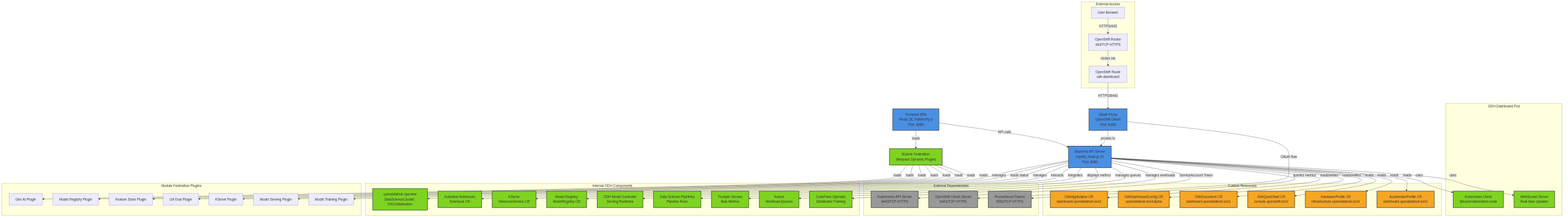
This is architecture/rhoai-2.25/diagrams/odh-dashboard-component.png from rhuss/architecture-context, a Mermaid export, as it was before one commit. Its source is kept beside it as architecture/rhoai-2.25/diagrams/odh-dashboard-component.mmd. The source it was exported from:
```mermaid
graph TB
    subgraph "ODH Dashboard Pod"
        Frontend[Frontend SPA<br/>React 18, PatternFly 6<br/>Port: 8080]
        Backend[Backend API Server<br/>Fastify, Node.js 20<br/>Port: 8080]
        OAuthProxy[OAuth Proxy<br/>OpenShift OAuth<br/>Port: 8443]
        ModuleFed[Module Federation<br/>Webpack Dynamic Plugins]
        K8sClient[Kubernetes Client<br/>@kubernetes/client-node]
        WebSocketServer[WebSocket Server<br/>Real-time Updates]

        OAuthProxy -->|proxies to| Backend
        Frontend -->|API calls| Backend
        Backend -->|uses| K8sClient
        Backend -->|uses| WebSocketServer
        Frontend -->|loads| ModuleFed
    end

    subgraph "Custom Resources"
        OdhApplication[OdhApplication CR<br/>dashboard.opendatahub.io/v1]
        OdhDashboardConfig[OdhDashboardConfig CR<br/>opendatahub.io/v1alpha]
        OdhDocument[OdhDocument CR<br/>dashboard.opendatahub.io/v1]
        OdhQuickStart[OdhQuickStart CR<br/>console.openshift.io/v1]
        HardwareProfile[HardwareProfile CR<br/>infrastructure.opendatahub.io/v1]
        AcceleratorProfile[AcceleratorProfile CR<br/>dashboard.opendatahub.io/v1]
    end

    subgraph "External Access"
        User[User Browser]
        OSRouter[OpenShift Router<br/>443/TCP HTTPS]
        OSRoute[OpenShift Route<br/>odh-dashboard]
    end

    subgraph "External Dependencies"
        K8sAPI[Kubernetes API Server<br/>6443/TCP HTTPS]
        OSAuth[OpenShift OAuth Server<br/>6443/TCP HTTPS]
        Prometheus[Prometheus/Thanos<br/>9092/TCP HTTPS]
    end

    subgraph "Internal ODH Components"
        ODHOperator[opendatahub-operator<br/>DataScienceCluster, DSCInitialization]
        KubeflowNotebooks[Kubeflow Notebooks<br/>Notebook CR]
        KServe[KServe<br/>InferenceService CR]
        ModelRegistry[Model Registry<br/>ModelRegistry CR]
        ODHModelController[ODH Model Controller<br/>Serving Runtimes]
        DSPipelines[Data Science Pipelines<br/>Pipeline Runs]
        TrustyAI[TrustyAI Service<br/>Bias Metrics]
        Kueue[Kueue<br/>Workload Queues]
        CodeFlare[CodeFlare Operator<br/>Distributed Training]
    end

    subgraph "Module Federation Plugins"
        GenAI[Gen AI Plugin]
        ModelRegPlugin[Model Registry Plugin]
        FeatureStore[Feature Store Plugin]
        LMEval[LM Eval Plugin]
        KServePlugin[KServe Plugin]
        ModelServing[Model Serving Plugin]
        ModelTraining[Model Training Plugin]
    end

    User -->|HTTPS/443| OSRouter
    OSRouter -->|routes via| OSRoute
    OSRoute -->|HTTPS/8443| OAuthProxy

    OAuthProxy -->|OAuth flow| OSAuth

    Backend -->|ServiceAccount Token| K8sAPI
    Backend -->|queries metrics| Prometheus

    Backend -->|reads/writes| OdhApplication
    Backend -->|reads/writes| OdhDashboardConfig
    Backend -->|reads| OdhDocument
    Backend -->|reads| OdhQuickStart
    Backend -->|reads| HardwareProfile
    Backend -->|reads| AcceleratorProfile

    Backend -->|reads| ODHOperator
    Backend -->|manages| KubeflowNotebooks
    Backend -->|reads status| KServe
    Backend -->|manages| ModelRegistry
    Backend -->|interacts| ODHModelController
    Backend -->|integrates| DSPipelines
    Backend -->|displays metrics| TrustyAI
    Backend -->|manages queues| Kueue
    Backend -->|manages workloads| CodeFlare

    ModuleFed -->|loads| GenAI
    ModuleFed -->|loads| ModelRegPlugin
    ModuleFed -->|loads| FeatureStore
    ModuleFed -->|loads| LMEval
    ModuleFed -->|loads| KServePlugin
    ModuleFed -->|loads| ModelServing
    ModuleFed -->|loads| ModelTraining

    style Frontend fill:#4a90e2,stroke:#333,stroke-width:2px
    style Backend fill:#4a90e2,stroke:#333,stroke-width:2px
    style OAuthProxy fill:#4a90e2,stroke:#333,stroke-width:2px
    style ModuleFed fill:#7ed321,stroke:#333,stroke-width:2px
    style K8sClient fill:#7ed321,stroke:#333,stroke-width:2px
    style WebSocketServer fill:#7ed321,stroke:#333,stroke-width:2px

    style OdhApplication fill:#f5a623,stroke:#333,stroke-width:2px
    style OdhDashboardConfig fill:#f5a623,stroke:#333,stroke-width:2px
    style OdhDocument fill:#f5a623,stroke:#333,stroke-width:2px
    style OdhQuickStart fill:#f5a623,stroke:#333,stroke-width:2px
    style HardwareProfile fill:#f5a623,stroke:#333,stroke-width:2px
    style AcceleratorProfile fill:#f5a623,stroke:#333,stroke-width:2px

    style K8sAPI fill:#999,stroke:#333,stroke-width:2px
    style OSAuth fill:#999,stroke:#333,stroke-width:2px
    style Prometheus fill:#999,stroke:#333,stroke-width:2px

    style ODHOperator fill:#7ed321,stroke:#333,stroke-width:2px
    style KubeflowNotebooks fill:#7ed321,stroke:#333,stroke-width:2px
    style KServe fill:#7ed321,stroke:#333,stroke-width:2px
    style ModelRegistry fill:#7ed321,stroke:#333,stroke-width:2px
    style ODHModelController fill:#7ed321,stroke:#333,stroke-width:2px
    style DSPipelines fill:#7ed321,stroke:#333,stroke-width:2px
    style TrustyAI fill:#7ed321,stroke:#333,stroke-width:2px
    style Kueue fill:#7ed321,stroke:#333,stroke-width:2px
    style CodeFlare fill:#7ed321,stroke:#333,stroke-width:2px
```
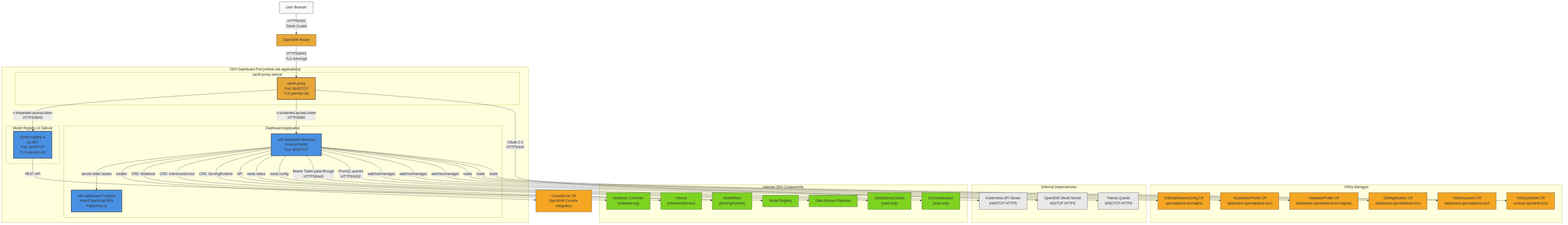
The same file after the commit.

Diff of the diagram source:
```diff
@@ -1,120 +1,95 @@
+
 graph TB
-    subgraph "ODH Dashboard Pod"
-        Frontend[Frontend SPA<br/>React 18, PatternFly 6<br/>Port: 8080]
-        Backend[Backend API Server<br/>Fastify, Node.js 20<br/>Port: 8080]
-        OAuthProxy[OAuth Proxy<br/>OpenShift OAuth<br/>Port: 8443]
-        ModuleFed[Module Federation<br/>Webpack Dynamic Plugins]
-        K8sClient[Kubernetes Client<br/>@kubernetes/client-node]
-        WebSocketServer[WebSocket Server<br/>Real-time Updates]
+    subgraph "ODH Dashboard Pod (redhat-ods-applications)"
+        direction TB
+        subgraph "oauth-proxy sidecar"
+            OAuthProxy["oauth-proxy<br/>Port: 8443/TCP<br/>TLS (service-ca)"]
+        end
 
-        OAuthProxy -->|proxies to| Backend
-        Frontend -->|API calls| Backend
-        Backend -->|uses| K8sClient
-        Backend -->|uses| WebSocketServer
-        Frontend -->|loads| ModuleFed
+        subgraph "Dashboard Application"
+            Backend["odh-dashboard Backend<br/>Node.js/Fastify<br/>Port: 8080/TCP"]
+            Frontend["odh-dashboard Frontend<br/>React/TypeScript SPA<br/>PatternFly UI"]
+        end
+
+        subgraph "Model Registry UI Sidecar"
+            MRBFF["model-registry-ui<br/>Go BFF<br/>Port: 8043/TCP<br/>TLS (service-ca)"]
+        end
+
+        OAuthProxy -->|"x-forwarded-access-token<br/>HTTP/8080"| Backend
+        Backend -->|"serves static assets"| Frontend
+        OAuthProxy -->|"x-forwarded-access-token<br/>HTTPS/8043"| MRBFF
     end
 
-    subgraph "Custom Resources"
-        OdhApplication[OdhApplication CR<br/>dashboard.opendatahub.io/v1]
-        OdhDashboardConfig[OdhDashboardConfig CR<br/>opendatahub.io/v1alpha]
-        OdhDocument[OdhDocument CR<br/>dashboard.opendatahub.io/v1]
-        OdhQuickStart[OdhQuickStart CR<br/>console.openshift.io/v1]
-        HardwareProfile[HardwareProfile CR<br/>infrastructure.opendatahub.io/v1]
-        AcceleratorProfile[AcceleratorProfile CR<br/>dashboard.opendatahub.io/v1]
+    User[User Browser] -->|"HTTPS/443<br/>OAuth Cookie"| Router[OpenShift Router]
+    Router -->|"HTTPS/8443<br/>TLS reencrypt"| OAuthProxy
+
+    subgraph "CRDs Managed"
+        OdhDashboardConfig["OdhDashboardConfig CR<br/>opendatahub.io/v1alpha"]
+        AcceleratorProfile["AcceleratorProfile CR<br/>dashboard.opendatahub.io/v1"]
+        HardwareProfile["HardwareProfile CR<br/>dashboard.opendatahub.io/v1alpha1"]
+        OdhApplication["OdhApplication CR<br/>dashboard.opendatahub.io/v1"]
+        OdhDocument["OdhDocument CR<br/>dashboard.opendatahub.io/v1"]
+        OdhQuickStart["OdhQuickStart CR<br/>console.openshift.io/v1"]
     end
 
-    subgraph "External Access"
-        User[User Browser]
-        OSRouter[OpenShift Router<br/>443/TCP HTTPS]
-        OSRoute[OpenShift Route<br/>odh-dashboard]
+    Backend -->|"watches/manages"| OdhDashboardConfig
+    Backend -->|"watches/manages"| AcceleratorProfile
+    Backend -->|"watches/manages"| HardwareProfile
+    Backend -->|"reads"| OdhApplication
+    Backend -->|"reads"| OdhDocument
+    Backend -->|"reads"| OdhQuickStart
+
+    subgraph "External Dependencies"
+        K8sAPI["Kubernetes API Server<br/>6443/TCP HTTPS"]
+        OAuthServer["OpenShift OAuth Server<br/>443/TCP HTTPS"]
+        Thanos["Thanos Querier<br/>9092/TCP HTTPS"]
     end
 
-    subgraph "External Dependencies"
-        K8sAPI[Kubernetes API Server<br/>6443/TCP HTTPS]
-        OSAuth[OpenShift OAuth Server<br/>6443/TCP HTTPS]
-        Prometheus[Prometheus/Thanos<br/>9092/TCP HTTPS]
+    Backend -->|"Bearer Token pass-through<br/>HTTPS/6443"| K8sAPI
+    OAuthProxy -->|"OAuth 2.0<br/>HTTPS/443"| OAuthServer
+    Backend -->|"PromQL queries<br/>HTTPS/9092"| Thanos
+
+    subgraph "Internal ODH Components"
+        NotebookCtrl["Notebook Controller<br/>(kubeflow.org)"]
+        KServe["KServe<br/>(InferenceService)"]
+        ModelMesh["ModelMesh<br/>(ServingRuntime)"]
+        ModelRegistry["Model Registry"]
+        DSPipelines["Data Science Pipelines"]
+        DSC["DataScienceCluster<br/>(read-only)"]
+        DSCI["DSCInitialization<br/>(read-only)"]
     end
 
-    subgraph "Internal ODH Components"
-        ODHOperator[opendatahub-operator<br/>DataScienceCluster, DSCInitialization]
-        KubeflowNotebooks[Kubeflow Notebooks<br/>Notebook CR]
-        KServe[KServe<br/>InferenceService CR]
-        ModelRegistry[Model Registry<br/>ModelRegistry CR]
-        ODHModelController[ODH Model Controller<br/>Serving Runtimes]
-        DSPipelines[Data Science Pipelines<br/>Pipeline Runs]
-        TrustyAI[TrustyAI Service<br/>Bias Metrics]
-        Kueue[Kueue<br/>Workload Queues]
-        CodeFlare[CodeFlare Operator<br/>Distributed Training]
-    end
+    Backend -->|"CRD: Notebook"| NotebookCtrl
+    Backend -->|"CRD: InferenceService"| KServe
+    Backend -->|"CRD: ServingRuntime"| ModelMesh
+    MRBFF -->|"REST API"| ModelRegistry
+    Backend -->|"API"| DSPipelines
+    Backend -->|"reads status"| DSC
+    Backend -->|"reads config"| DSCI
 
-    subgraph "Module Federation Plugins"
-        GenAI[Gen AI Plugin]
-        ModelRegPlugin[Model Registry Plugin]
-        FeatureStore[Feature Store Plugin]
-        LMEval[LM Eval Plugin]
-        KServePlugin[KServe Plugin]
-        ModelServing[Model Serving Plugin]
-        ModelTraining[Model Training Plugin]
-    end
+    ConsoleLink["ConsoleLink CR<br/>OpenShift Console Integration"]
+    Backend -->|"creates"| ConsoleLink
 
-    User -->|HTTPS/443| OSRouter
-    OSRouter -->|routes via| OSRoute
-    OSRoute -->|HTTPS/8443| OAuthProxy
-
-    OAuthProxy -->|OAuth flow| OSAuth
-
-    Backend -->|ServiceAccount Token| K8sAPI
-    Backend -->|queries metrics| Prometheus
-
-    Backend -->|reads/writes| OdhApplication
-    Backend -->|reads/writes| OdhDashboardConfig
-    Backend -->|reads| OdhDocument
-    Backend -->|reads| OdhQuickStart
-    Backend -->|reads| HardwareProfile
-    Backend -->|reads| AcceleratorProfile
-
-    Backend -->|reads| ODHOperator
-    Backend -->|manages| KubeflowNotebooks
-    Backend -->|reads status| KServe
-    Backend -->|manages| ModelRegistry
-    Backend -->|interacts| ODHModelController
-    Backend -->|integrates| DSPipelines
-    Backend -->|displays metrics| TrustyAI
-    Backend -->|manages queues| Kueue
-    Backend -->|manages workloads| CodeFlare
-
-    ModuleFed -->|loads| GenAI
-    ModuleFed -->|loads| ModelRegPlugin
-    ModuleFed -->|loads| FeatureStore
-    ModuleFed -->|loads| LMEval
-    ModuleFed -->|loads| KServePlugin
-    ModuleFed -->|loads| ModelServing
-    ModuleFed -->|loads| ModelTraining
-
+    style OAuthProxy fill:#e8a838,stroke:#333,stroke-width:2px
+    style Backend fill:#4a90e2,stroke:#333,stroke-width:2px
     style Frontend fill:#4a90e2,stroke:#333,stroke-width:2px
-    style Backend fill:#4a90e2,stroke:#333,stroke-width:2px
-    style OAuthProxy fill:#4a90e2,stroke:#333,stroke-width:2px
-    style ModuleFed fill:#7ed321,stroke:#333,stroke-width:2px
-    style K8sClient fill:#7ed321,stroke:#333,stroke-width:2px
-    style WebSocketServer fill:#7ed321,stroke:#333,stroke-width:2px
-
-    style OdhApplication fill:#f5a623,stroke:#333,stroke-width:2px
-    style OdhDashboardConfig fill:#f5a623,stroke:#333,stroke-width:2px
-    style OdhDocument fill:#f5a623,stroke:#333,stroke-width:2px
-    style OdhQuickStart fill:#f5a623,stroke:#333,stroke-width:2px
-    style HardwareProfile fill:#f5a623,stroke:#333,stroke-width:2px
-    style AcceleratorProfile fill:#f5a623,stroke:#333,stroke-width:2px
-
-    style K8sAPI fill:#999,stroke:#333,stroke-width:2px
-    style OSAuth fill:#999,stroke:#333,stroke-width:2px
-    style Prometheus fill:#999,stroke:#333,stroke-width:2px
-
-    style ODHOperator fill:#7ed321,stroke:#333,stroke-width:2px
-    style KubeflowNotebooks fill:#7ed321,stroke:#333,stroke-width:2px
-    style KServe fill:#7ed321,stroke:#333,stroke-width:2px
-    style ModelRegistry fill:#7ed321,stroke:#333,stroke-width:2px
-    style ODHModelController fill:#7ed321,stroke:#333,stroke-width:2px
-    style DSPipelines fill:#7ed321,stroke:#333,stroke-width:2px
-    style TrustyAI fill:#7ed321,stroke:#333,stroke-width:2px
-    style Kueue fill:#7ed321,stroke:#333,stroke-width:2px
-    style CodeFlare fill:#7ed321,stroke:#333,stroke-width:2px
+    style MRBFF fill:#4a90e2,stroke:#333,stroke-width:2px
+    style K8sAPI fill:#e8e8e8,stroke:#333
+    style OAuthServer fill:#e8e8e8,stroke:#333
+    style Thanos fill:#e8e8e8,stroke:#333
+    style NotebookCtrl fill:#7ed321,stroke:#333
+    style KServe fill:#7ed321,stroke:#333
+    style ModelMesh fill:#7ed321,stroke:#333
+    style ModelRegistry fill:#7ed321,stroke:#333
+    style DSPipelines fill:#7ed321,stroke:#333
+    style DSC fill:#7ed321,stroke:#333
+    style DSCI fill:#7ed321,stroke:#333
+    style OdhDashboardConfig fill:#f5a623,stroke:#333
+    style AcceleratorProfile fill:#f5a623,stroke:#333
+    style HardwareProfile fill:#f5a623,stroke:#333
+    style OdhApplication fill:#f5a623,stroke:#333
+    style OdhDocument fill:#f5a623,stroke:#333
+    style OdhQuickStart fill:#f5a623,stroke:#333
+    style ConsoleLink fill:#f5a623,stroke:#333
+    style User fill:#f9f9f9,stroke:#333
+    style Router fill:#e8a838,stroke:#333
```
